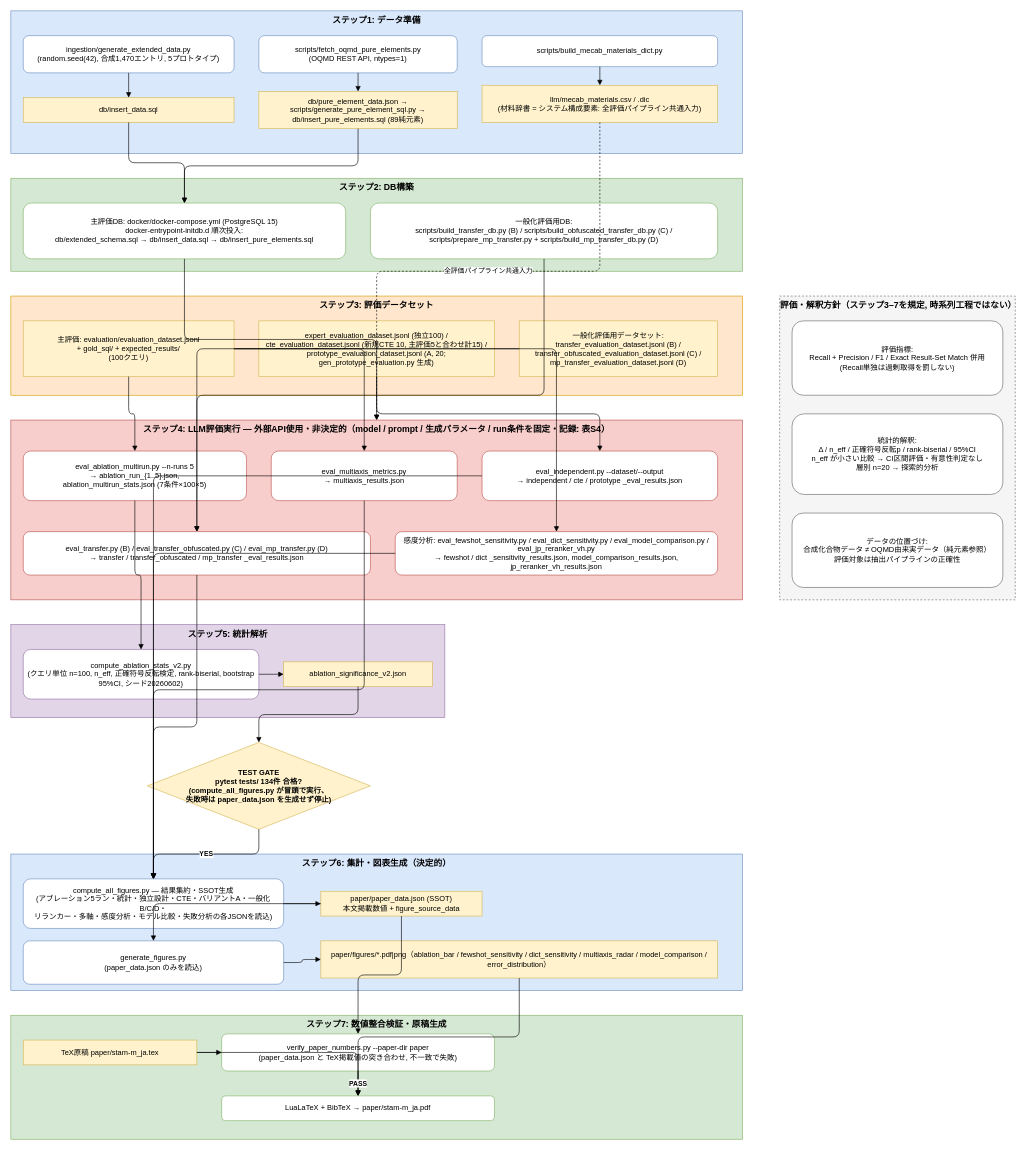
Earlier version of the draw.io diagram l12-schema-graph-text2sql/paper/figures/workflow.drawio (minimumtone/machine-learning). Source tidied: cells renumbered, new cells numbered last; positions are measured from the earlier drawing's top-left corner, leaving out a move shared by most shapes. Both pictures are drawn from the tidied source at 62%, with x=0, y=0 at pixel (11, 11).
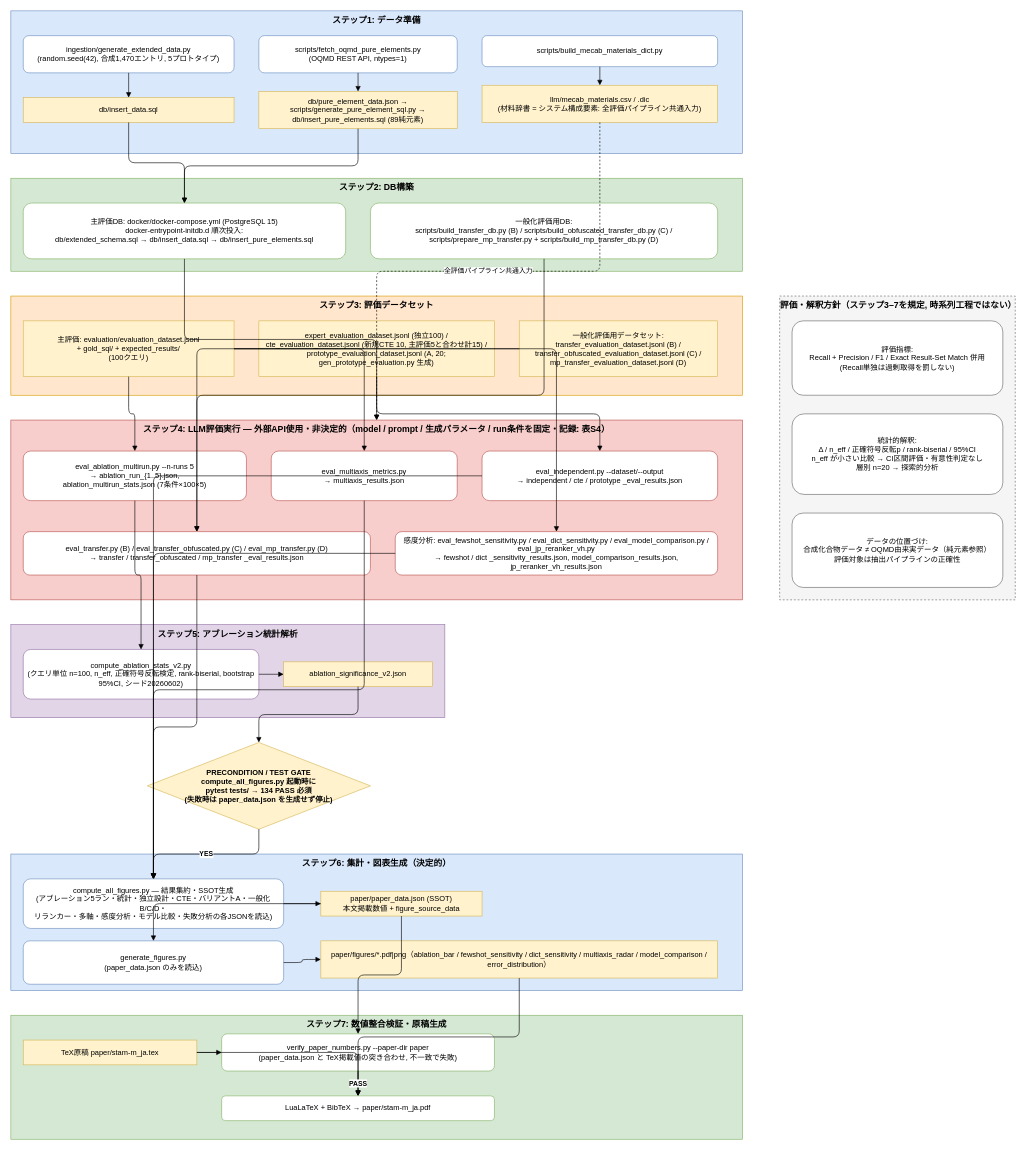
After the change.

Commit message (it also covers changes not shown here):
docs: ステップ5をアブレーション統計解析に限定・TEST GATEをPRECONDITION表現に微修正

Change to the diagram source:
```diff
@@
-    <mxCell id="35" value="ステップ5: 統計解析" style="rounded=0;whiteSpace=wrap;html=1;verticalAlign=top;fillColor=#e1d5e7;strokeColor=#9673a6;fontSize=14;fontStyle=1;" parent="1" vertex="1">
+    <mxCell id="35" value="ステップ5: アブレーション統計解析" style="rounded=0;whiteSpace=wrap;html=1;verticalAlign=top;fillColor=#e1d5e7;strokeColor=#9673a6;fontSize=14;fontStyle=1;" parent="1" vertex="1">
       <mxGeometry y="990" width="700" height="150" as="geometry" />
     </mxCell>
@@
-    <mxCell id="40" value="TEST GATE&#10;pytest tests/ 134件 合格?&#10;(compute_all_figures.py が冒頭で実行、&#10;失敗時は paper_data.json を生成せず停止)" style="rhombus;whiteSpace=wrap;html=1;fillColor=#fff2cc;strokeColor=#d6b656;fontStyle=1;" parent="1" vertex="1">
+    <mxCell id="40" value="PRECONDITION / TEST GATE&#10;compute_all_figures.py 起動時に&#10;pytest tests/ → 134 PASS 必須&#10;(失敗時は paper_data.json を生成せず停止)" style="rhombus;whiteSpace=wrap;html=1;fillColor=#fff2cc;strokeColor=#d6b656;fontStyle=1;" parent="1" vertex="1">
       <mxGeometry x="220" y="1180" width="360" height="140" as="geometry" />
     </mxCell>
```
